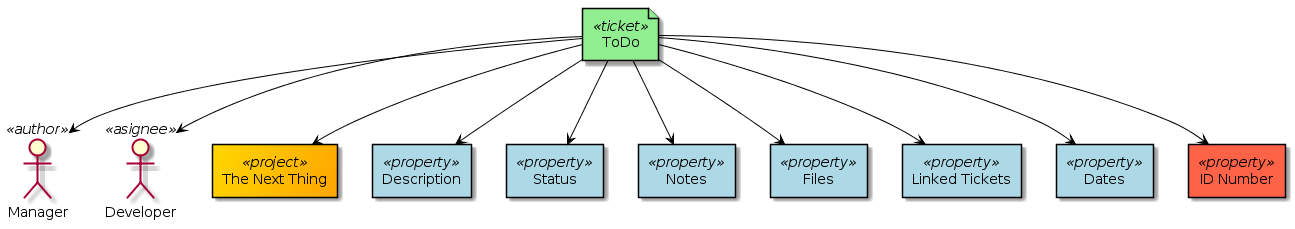
Before: redmine/img/redmine_tickets.png, a diagram exported from PlantUML (cappuMUC/presentations).
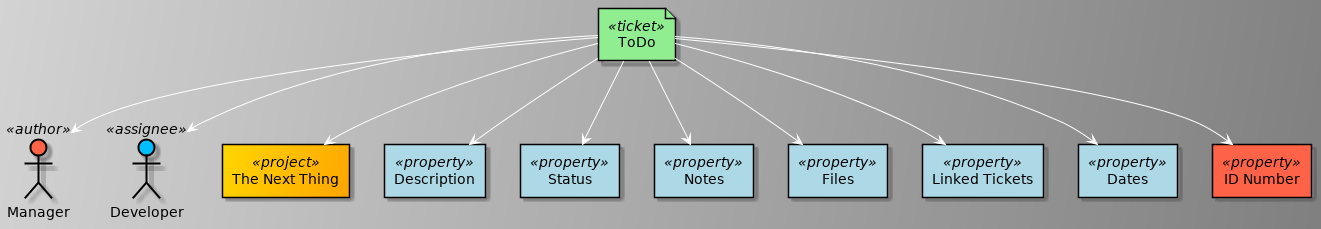
The same diagram one commit later.

Commit message:
improved style and fixed spelling issues

Change to the diagram source:
```diff
@@ -1,5 +1,15 @@
 @startuml
-skinparam ArrowColor Black
+
+
+skinparam ArrowColor White
+skinparam BackgroundColor #LightGrey/Grey
+
+skinparam actor {
+    BorderColor Black
+    BackgroundColor<<author>> Tomato
+    BackgroundColor<<assignee>> DeepSkyBlue
+
+}
 
 skinparam control {
     BackgroundColor Tomato
@@ -22,7 +32,7 @@
 
 
 actor "Manager" <<author>> as pm
-actor "Developer" <<asignee>> as Developer
+actor "Developer" <<assignee>> as Developer
 
 file "ToDo" <<ticket>> as todo
 rectangle "The Next Thing" <<project>> as tnt
@@ -47,4 +57,8 @@
 todo --> Links
 todo --> Dates
 todo --> Id
+
+
+
+
 @enduml
```
